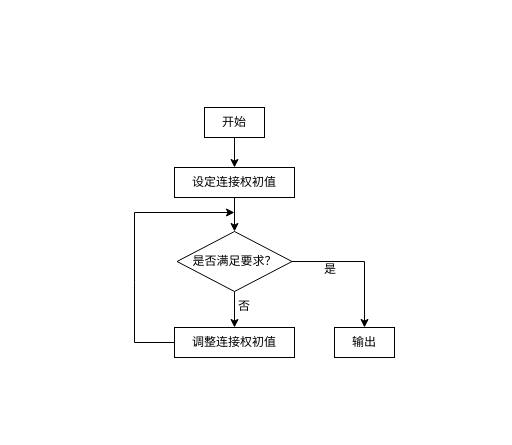
The draw.io diagram 人工神经网络学习.drawio in dtfjn156/flowChat, before the edit. Source tidied: cells renumbered, new cells numbered last; positions are measured from the earlier drawing's top-left corner, leaving out a move shared by most shapes. Both pictures are drawn from the tidied source at 100%, with x=0, y=0 at pixel (134, 107).
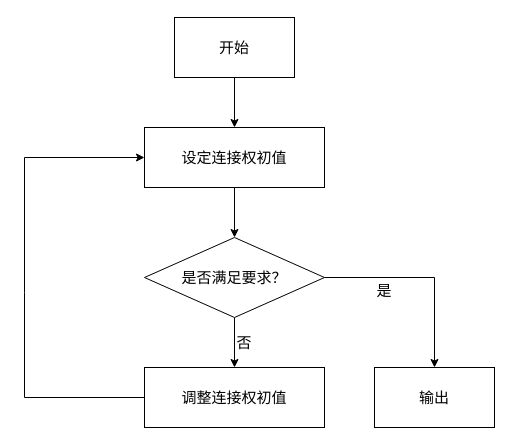
After the change.

Commit message:
更新人工神经网络学习.drawio

Change to the diagram source:
```diff
@@
 <mxGraphModel>
   <root>
     <mxCell id="0" />
     <mxCell id="1" parent="0" />
     <mxCell id="2" style="edgeStyle=orthogonalEdgeStyle;rounded=0;jettySize=auto;html=1;exitX=0.5;exitY=1;exitDx=0;exitDy=0;entryX=0.5;entryY=0;entryDx=0;entryDy=0;" parent="1" edge="1" source="3" target="5">
       <mxGeometry relative="1" as="geometry" />
     </mxCell>
-    <mxCell id="3" value="开始" style="rounded=0;whiteSpace=wrap;html=1;" parent="1" vertex="1">
-      <mxGeometry x="70" width="60" height="30" as="geometry" />
+    <mxCell id="3" value="&lt;font style=&quot;font-size: 15px;&quot;&gt;开始&lt;/font&gt;" style="rounded=0;whiteSpace=wrap;html=1;" parent="1" vertex="1">
+      <mxGeometry x="40" y="-90" width="120" height="60" as="geometry" />
     </mxCell>
     <mxCell id="4" style="edgeStyle=orthogonalEdgeStyle;rounded=0;jettySize=auto;html=1;" parent="1" edge="1" source="5" target="8">
       <mxGeometry relative="1" as="geometry" />
     </mxCell>
-    <mxCell id="5" value="设定连接权初值" style="rounded=0;whiteSpace=wrap;html=1;" parent="1" vertex="1">
-      <mxGeometry x="40" y="60" width="120" height="30" as="geometry" />
+    <mxCell id="5" value="设定连接权初值" style="rounded=0;whiteSpace=wrap;html=1;fontSize=15;" parent="1" vertex="1">
+      <mxGeometry x="10" y="20" width="180" height="60" as="geometry" />
     </mxCell>
     <mxCell id="6" style="edgeStyle=orthogonalEdgeStyle;rounded=0;jettySize=auto;html=1;exitX=1;exitY=0.5;exitDx=0;exitDy=0;" parent="1" edge="1" source="8" target="10">
       <mxGeometry relative="1" as="geometry" />
     </mxCell>
     <mxCell id="7" style="edgeStyle=orthogonalEdgeStyle;rounded=0;jettySize=auto;html=1;exitX=0.5;exitY=1;exitDx=0;exitDy=0;entryX=0.5;entryY=0;entryDx=0;entryDy=0;" parent="1" edge="1" source="8" target="9">
       <mxGeometry relative="1" as="geometry" />
     </mxCell>
-    <mxCell id="8" value="是否满足要求？" style="rhombus;whiteSpace=wrap;html=1;" parent="1" vertex="1">
-      <mxGeometry x="42.5" y="124" width="115" height="60" as="geometry" />
+    <mxCell id="8" value="是否满足要求？" style="rhombus;whiteSpace=wrap;html=1;fontSize=15;" parent="1" vertex="1">
+      <mxGeometry x="10" y="130" width="180" height="80" as="geometry" />
     </mxCell>
-    <mxCell id="9" value="调整连接权初值" style="rounded=0;whiteSpace=wrap;html=1;" parent="1" vertex="1">
-      <mxGeometry x="40" y="220" width="120" height="30" as="geometry" />
+    <mxCell id="9" value="调整连接权初值" style="rounded=0;whiteSpace=wrap;html=1;fontSize=15;" parent="1" vertex="1">
+      <mxGeometry x="10" y="260" width="180" height="60" as="geometry" />
     </mxCell>
-    <mxCell id="10" value="输出" style="rounded=0;whiteSpace=wrap;html=1;" parent="1" vertex="1">
-      <mxGeometry x="200" y="220" width="60" height="30" as="geometry" />
+    <mxCell id="10" value="输出" style="rounded=0;whiteSpace=wrap;html=1;fontSize=15;" parent="1" vertex="1">
+      <mxGeometry x="240" y="260" width="120" height="60" as="geometry" />
     </mxCell>
-    <mxCell id="11" style="endArrow=classic;html=1;rounded=0;exitX=0;exitY=0.5;exitDx=0;exitDy=0;" parent="1" edge="1" source="9">
+    <mxCell id="11" style="endArrow=classic;html=1;rounded=0;exitX=0;exitY=0.5;exitDx=0;exitDy=0;entryX=0;entryY=0.5;entryDx=0;entryDy=0;" parent="1" edge="1" source="9" target="5">
       <mxGeometry relative="1" as="geometry">
-        <mxPoint x="100" y="105" as="targetPoint" />
         <Array as="points">
-          <mxPoint y="235" />
-          <mxPoint y="175" />
-          <mxPoint y="105" />
+          <mxPoint x="-110" y="290" />
+          <mxPoint x="-110" y="185" />
+          <mxPoint x="-110" y="50" />
         </Array>
       </mxGeometry>
     </mxCell>
-    <mxCell id="12" value="否" style="text;html=1;align=center;verticalAlign=middle;whiteSpace=wrap;rounded=0;" parent="1" vertex="1">
-      <mxGeometry x="80" y="184" width="60" height="30" as="geometry" />
+    <mxCell id="12" value="否" style="text;html=1;align=center;verticalAlign=middle;whiteSpace=wrap;rounded=0;fontSize=15;" parent="1" vertex="1">
+      <mxGeometry x="80" y="220" width="60" height="30" as="geometry" />
     </mxCell>
-    <mxCell id="13" value="是" style="text;html=1;align=center;verticalAlign=middle;whiteSpace=wrap;rounded=0;" parent="1" vertex="1">
-      <mxGeometry x="165.5" y="147" width="60" height="30" as="geometry" />
+    <mxCell id="13" value="是" style="text;html=1;align=center;verticalAlign=middle;whiteSpace=wrap;rounded=0;fontSize=15;" parent="1" vertex="1">
+      <mxGeometry x="220" y="170" width="60" height="26" as="geometry" />
     </mxCell>
   </root>
 </mxGraphModel>
```
